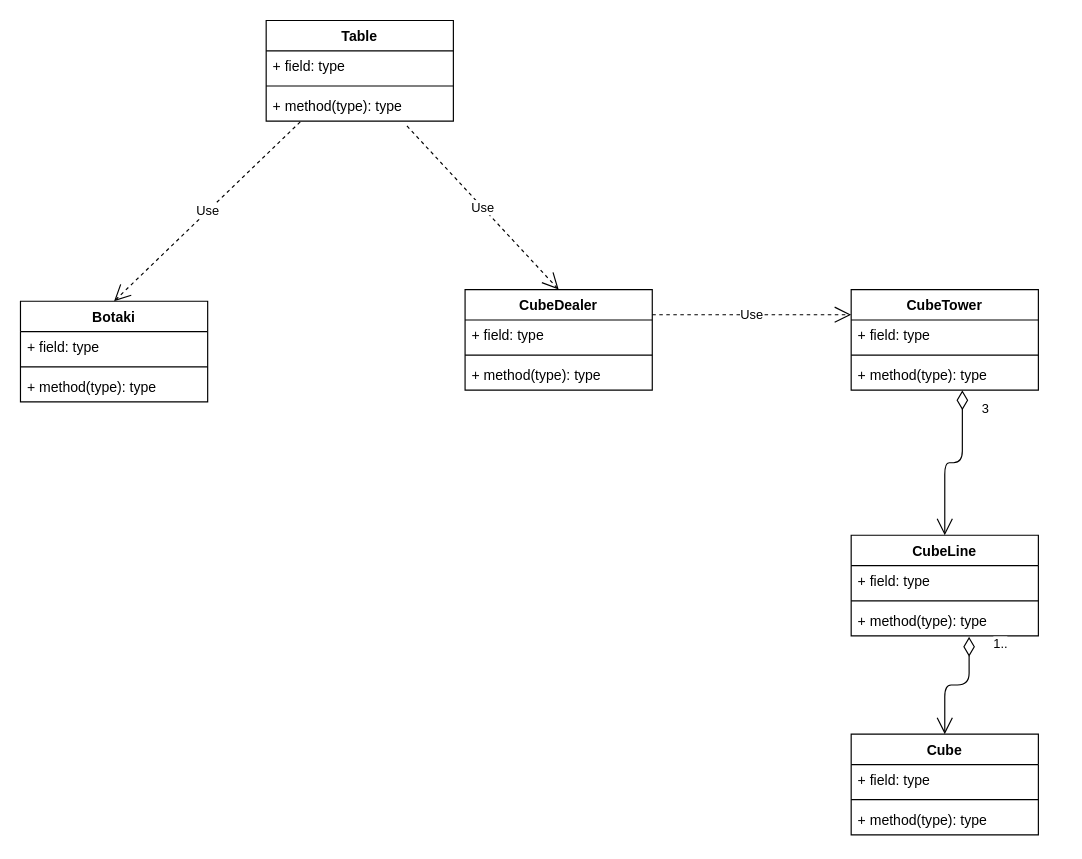
This is ask1.drawio from philipAthanasopoulos/Cube-io, a draw.io file, before an edit. Source tidied: cells renumbered, new cells numbered last; positions are measured from the earlier drawing's top-left corner, leaving out a move shared by most shapes. Both pictures are drawn from the tidied source at 117%, with x=0, y=0 at pixel (20, 20).
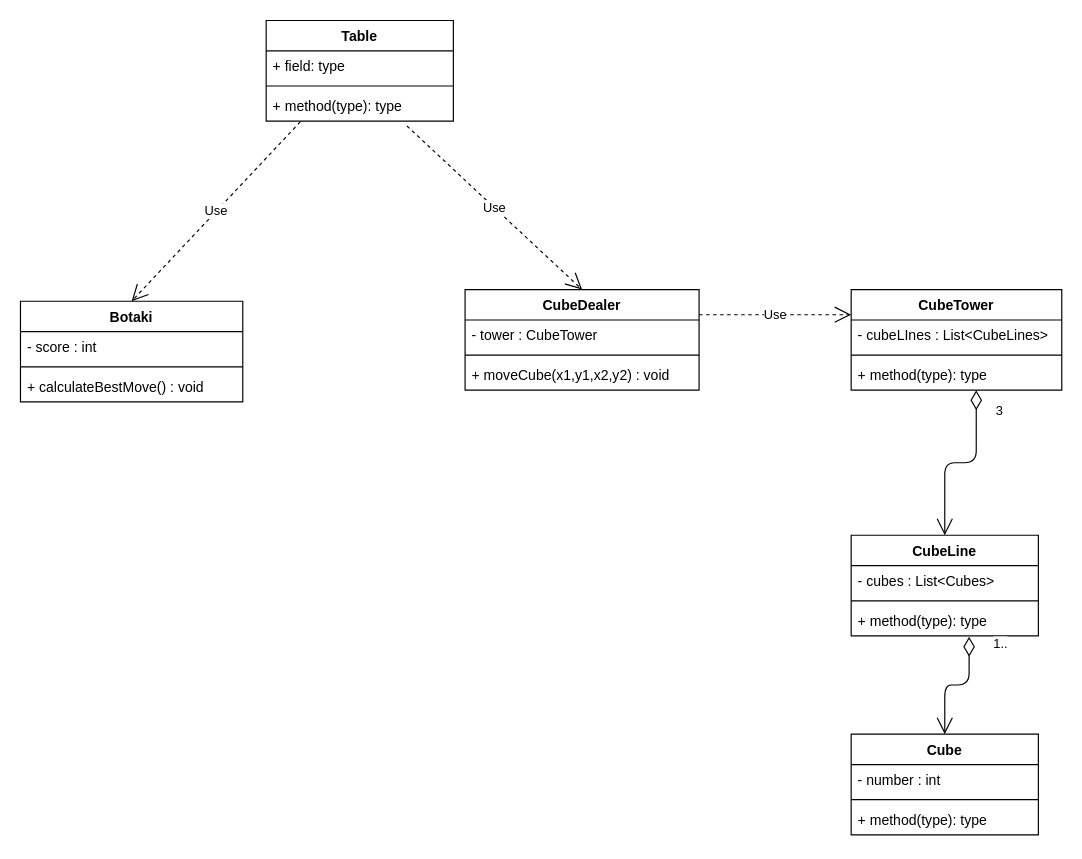
Above is the later version.

Commit message:
added methods and elements

Unchanged cells that the change refers to:
```xml
<mxCell id="2" value="Cube" style="swimlane;fontStyle=1;align=center;verticalAlign=top;horizontal=1;startSize=26;" parent="1" vertex="1">
  <mxGeometry x="710" y="610" width="160" height="86" as="geometry" />
</mxCell>
<mxCell id="15" value="CubeLine" style="swimlane;fontStyle=1;align=center;verticalAlign=top;horizontal=1;startSize=26;" parent="1" vertex="1">
  <mxGeometry x="710" y="440" width="160" height="86" as="geometry" />
</mxCell>
```

Diff of the diagram source:
```diff
@@
-    <mxCell id="3" value="+ field: type" style="text;strokeColor=none;fillColor=none;align=left;verticalAlign=top;spacingLeft=4;spacingRight=4;overflow=hidden;" parent="2" vertex="1">
+    <mxCell id="3" value="- number : int" style="text;strokeColor=none;fillColor=none;align=left;verticalAlign=top;spacingLeft=4;spacingRight=4;overflow=hidden;" parent="2" vertex="1">
       <mxGeometry y="26" width="160" height="26" as="geometry" />
     </mxCell>
@@
     <mxCell id="6" value="Botaki" style="swimlane;fontStyle=1;align=center;verticalAlign=top;horizontal=1;startSize=26;" parent="1" vertex="1">
-      <mxGeometry y="240" width="160" height="86" as="geometry" />
+      <mxGeometry y="240" width="190" height="86" as="geometry" />
     </mxCell>
-    <mxCell id="7" value="+ field: type" style="text;strokeColor=none;fillColor=none;align=left;verticalAlign=top;spacingLeft=4;spacingRight=4;overflow=hidden;" parent="6" vertex="1">
-      <mxGeometry y="26" width="160" height="26" as="geometry" />
+    <mxCell id="7" value="- score : int" style="text;strokeColor=none;fillColor=none;align=left;verticalAlign=top;spacingLeft=4;spacingRight=4;overflow=hidden;" parent="6" vertex="1">
+      <mxGeometry y="26" width="190" height="26" as="geometry" />
     </mxCell>
     <mxCell id="8" style="line;strokeWidth=1;fillColor=none;align=left;verticalAlign=middle;spacingTop=-1;spacingLeft=3;spacingRight=3;labelPosition=right;strokeColor=inherit;" parent="6" vertex="1">
-      <mxGeometry y="52" width="160" height="8" as="geometry" />
+      <mxGeometry y="52" width="190" height="8" as="geometry" />
     </mxCell>
-    <mxCell id="9" value="+ method(type): type" style="text;strokeColor=none;fillColor=none;align=left;verticalAlign=top;spacingLeft=4;spacingRight=4;overflow=hidden;" parent="6" vertex="1">
-      <mxGeometry y="60" width="160" height="26" as="geometry" />
+    <mxCell id="9" value="+ calculateBestMove() : void" style="text;strokeColor=none;fillColor=none;align=left;verticalAlign=top;spacingLeft=4;spacingRight=4;overflow=hidden;" parent="6" vertex="1">
+      <mxGeometry y="60" width="190" height="26" as="geometry" />
     </mxCell>
@@
-    <mxCell id="16" value="+ field: type" style="text;strokeColor=none;fillColor=none;align=left;verticalAlign=top;spacingLeft=4;spacingRight=4;overflow=hidden;" parent="15" vertex="1">
+    <mxCell id="16" value="- cubes : List&lt;Cubes&gt;" style="text;strokeColor=none;fillColor=none;align=left;verticalAlign=top;spacingLeft=4;spacingRight=4;overflow=hidden;" parent="15" vertex="1">
       <mxGeometry y="26" width="160" height="26" as="geometry" />
     </mxCell>
@@
     <mxCell id="19" value="CubeDealer" style="swimlane;fontStyle=1;align=center;verticalAlign=top;horizontal=1;startSize=26;" parent="1" vertex="1">
-      <mxGeometry x="380" y="230" width="160" height="86" as="geometry" />
+      <mxGeometry x="380" y="230" width="200" height="86" as="geometry" />
     </mxCell>
-    <mxCell id="20" value="+ field: type" style="text;strokeColor=none;fillColor=none;align=left;verticalAlign=top;spacingLeft=4;spacingRight=4;overflow=hidden;" parent="19" vertex="1">
-      <mxGeometry y="26" width="160" height="26" as="geometry" />
+    <mxCell id="20" value="- tower : CubeTower" style="text;strokeColor=none;fillColor=none;align=left;verticalAlign=top;spacingLeft=4;spacingRight=4;overflow=hidden;" parent="19" vertex="1">
+      <mxGeometry y="26" width="200" height="26" as="geometry" />
     </mxCell>
     <mxCell id="21" style="line;strokeWidth=1;fillColor=none;align=left;verticalAlign=middle;spacingTop=-1;spacingLeft=3;spacingRight=3;labelPosition=right;strokeColor=inherit;" parent="19" vertex="1">
-      <mxGeometry y="52" width="160" height="8" as="geometry" />
+      <mxGeometry y="52" width="200" height="8" as="geometry" />
     </mxCell>
-    <mxCell id="22" value="+ method(type): type" style="text;strokeColor=none;fillColor=none;align=left;verticalAlign=top;spacingLeft=4;spacingRight=4;overflow=hidden;" parent="19" vertex="1">
-      <mxGeometry y="60" width="160" height="26" as="geometry" />
+    <mxCell id="22" value="+ moveCube(x1,y1,x2,y2) : void" style="text;strokeColor=none;fillColor=none;align=left;verticalAlign=top;spacingLeft=4;spacingRight=4;overflow=hidden;" parent="19" vertex="1">
+      <mxGeometry y="60" width="200" height="26" as="geometry" />
     </mxCell>
@@
     <mxCell id="26" value="CubeTower" style="swimlane;fontStyle=1;align=center;verticalAlign=top;horizontal=1;startSize=26;" parent="1" vertex="1">
-      <mxGeometry x="710" y="230" width="160" height="86" as="geometry" />
+      <mxGeometry x="710" y="230" width="180" height="86" as="geometry" />
     </mxCell>
-    <mxCell id="27" value="+ field: type" style="text;strokeColor=none;fillColor=none;align=left;verticalAlign=top;spacingLeft=4;spacingRight=4;overflow=hidden;" parent="26" vertex="1">
-      <mxGeometry y="26" width="160" height="26" as="geometry" />
+    <mxCell id="27" value="- cubeLInes : List&lt;CubeLines&gt;" style="text;strokeColor=none;fillColor=none;align=left;verticalAlign=top;spacingLeft=4;spacingRight=4;overflow=hidden;" parent="26" vertex="1">
+      <mxGeometry y="26" width="180" height="26" as="geometry" />
     </mxCell>
     <mxCell id="28" style="line;strokeWidth=1;fillColor=none;align=left;verticalAlign=middle;spacingTop=-1;spacingLeft=3;spacingRight=3;labelPosition=right;strokeColor=inherit;" parent="26" vertex="1">
-      <mxGeometry y="52" width="160" height="8" as="geometry" />
+      <mxGeometry y="52" width="180" height="8" as="geometry" />
     </mxCell>
     <mxCell id="29" value="+ method(type): type" style="text;strokeColor=none;fillColor=none;align=left;verticalAlign=top;spacingLeft=4;spacingRight=4;overflow=hidden;points=[[0,0.5],[1,0.5]];portConstraint=eastwest;" parent="26" vertex="1">
-      <mxGeometry y="60" width="160" height="26" as="geometry" />
+      <mxGeometry y="60" width="180" height="26" as="geometry" />
     </mxCell>
```
